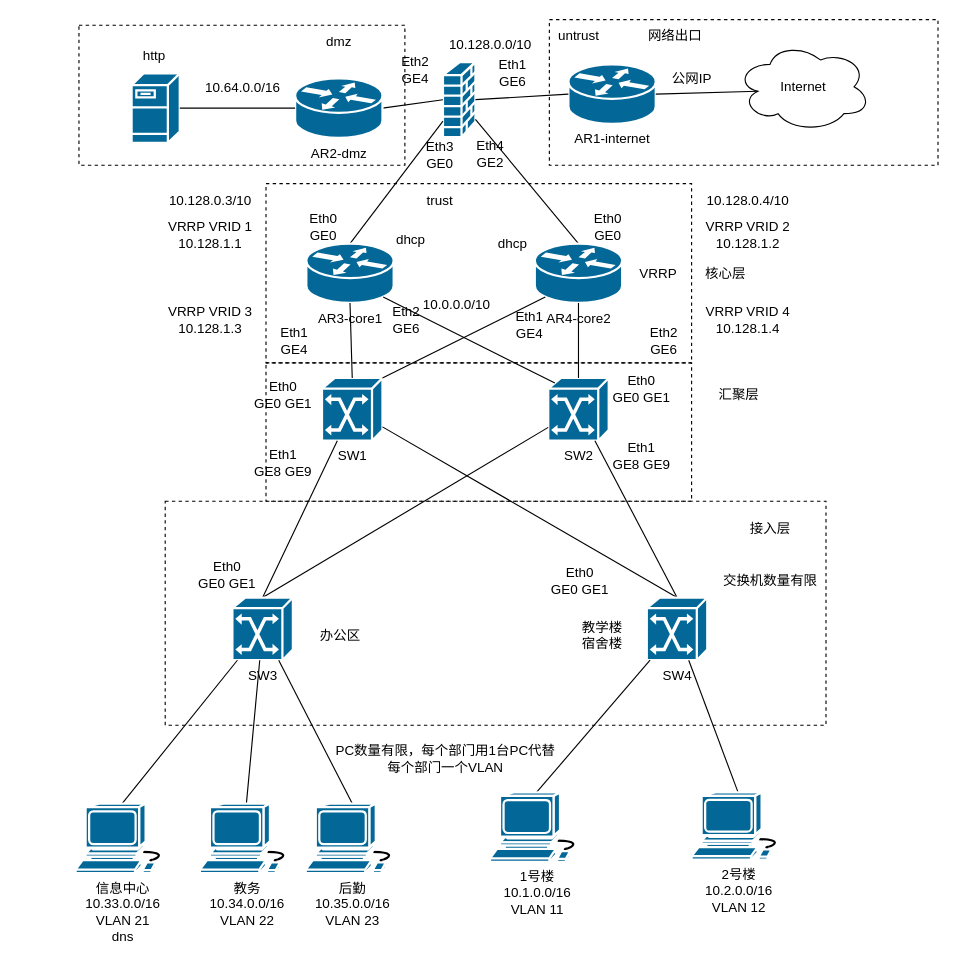
Before: ne24.drawio in HPLZH/draw, a draw.io diagram. Source tidied: cells renumbered, new cells numbered last; positions are measured from the earlier drawing's top-left corner, leaving out a move shared by most shapes. Both pictures are drawn from the tidied source at 112%, with x=0, y=0 at pixel (75, 19).
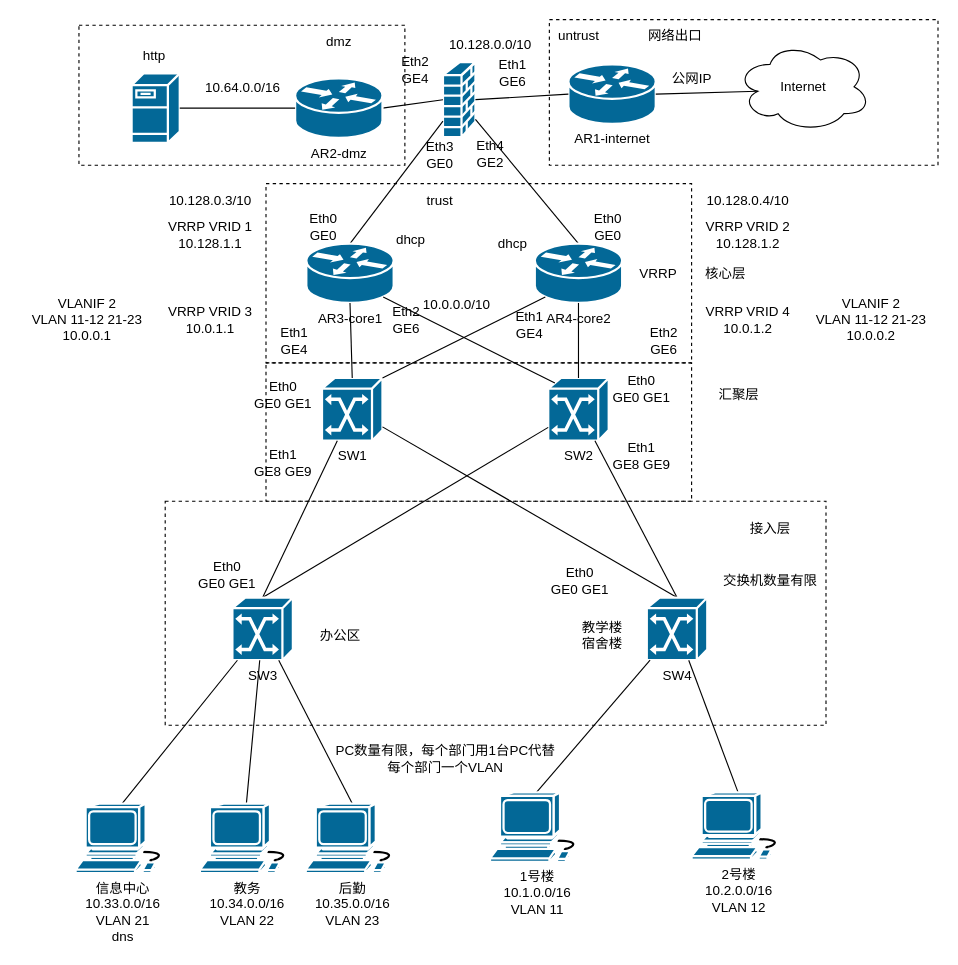
Above is the later version.

Change to the diagram source:
```diff
@@
-    <mxCell id="81" value="VRRP VRID 3&lt;div&gt;10.128.1.3&lt;/div&gt;" style="text;html=1;align=center;verticalAlign=middle;strokeColor=none;fillColor=none;" parent="1" vertex="1">
+    <mxCell id="81" value="VRRP VRID 3&lt;div&gt;10.0.1.1&lt;/div&gt;" style="text;html=1;align=center;verticalAlign=middle;strokeColor=none;fillColor=none;" parent="1" vertex="1">
       <mxGeometry x="70" y="248" width="100" height="40" as="geometry" />
     </mxCell>
-    <mxCell id="82" value="VRRP VRID 4&lt;div&gt;10.128.1.4&lt;/div&gt;" style="text;html=1;align=center;verticalAlign=middle;strokeColor=none;fillColor=none;" parent="1" vertex="1">
+    <mxCell id="82" value="VRRP VRID 4&lt;div&gt;10.0.1.2&lt;/div&gt;" style="text;html=1;align=center;verticalAlign=middle;strokeColor=none;fillColor=none;" parent="1" vertex="1">
       <mxGeometry x="550" y="248" width="100" height="40" as="geometry" />
     </mxCell>
+    <mxCell id="83" value="VLANIF 2&lt;div&gt;VLAN 11-12 21-23&lt;/div&gt;&lt;div&gt;10.0.0.1&lt;/div&gt;" style="text;html=1;align=center;verticalAlign=middle;strokeColor=none;fillColor=none;" parent="1" vertex="1">
+      <mxGeometry x="-50" y="238" width="120" height="60" as="geometry" />
+    </mxCell>
+    <mxCell id="84" value="VLANIF 2&lt;div&gt;VLAN 11-12 21-23&lt;/div&gt;&lt;div&gt;10.0.0.2&lt;/div&gt;" style="text;html=1;align=center;verticalAlign=middle;strokeColor=none;fillColor=none;" parent="1" vertex="1">
+      <mxGeometry x="650" y="238" width="120" height="60" as="geometry" />
+    </mxCell>
```
